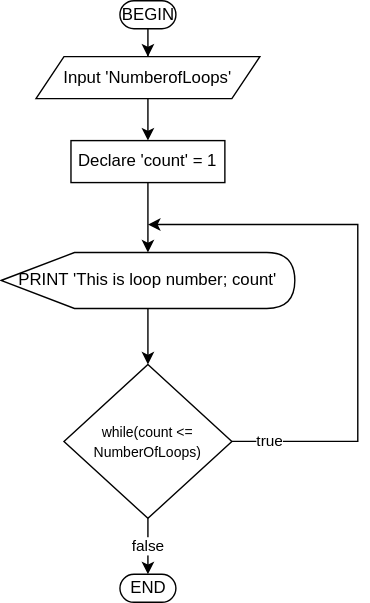
Before: 5posttest/drawio/diagram2.drawio.svg, a diagram exported from draw.io (amydevs/php-assignments). Source tidied: cells renumbered, new cells last; positions are measured from the earlier drawing's top-left corner, leaving out a move shared by most shapes.
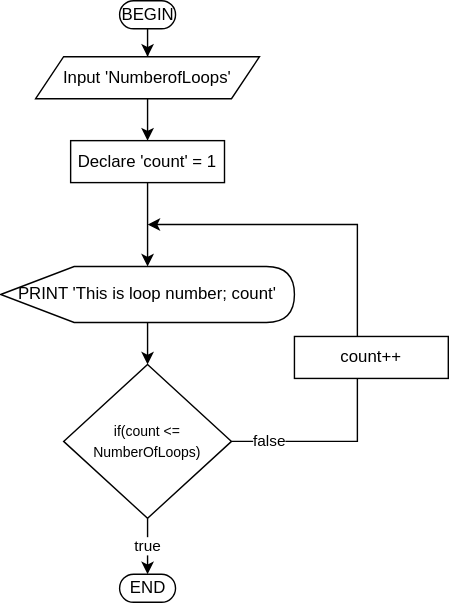
After the change.

The edit, as a diff of the source:
```diff
@@ -8,10 +8,10 @@
     <mxCell id="3" value="BEGIN" style="html=1;dashed=0;whitespace=wrap;shape=mxgraph.dfd.start;" parent="1" vertex="1">
       <mxGeometry x="85" width="40" height="20" as="geometry" />
     </mxCell>
-    <mxCell id="4" value="false" style="edgeStyle=orthogonalEdgeStyle;rounded=0;jettySize=auto;html=1;exitX=0.5;exitY=1;exitDx=0;exitDy=0;entryX=0.5;entryY=0.5;entryDx=0;entryDy=-10;entryPerimeter=0;" parent="1" edge="1" source="6" target="7">
+    <mxCell id="4" value="true" style="edgeStyle=orthogonalEdgeStyle;rounded=0;jettySize=auto;html=1;exitX=0.5;exitY=1;exitDx=0;exitDy=0;entryX=0.5;entryY=0.5;entryDx=0;entryDy=-10;entryPerimeter=0;" parent="1" edge="1" source="6" target="7">
       <mxGeometry relative="1" as="geometry" />
     </mxCell>
-    <mxCell id="5" value="true" style="edgeStyle=orthogonalEdgeStyle;rounded=0;jettySize=auto;html=1;exitX=1;exitY=0.5;exitDx=0;exitDy=0;" parent="1" edge="1" source="6">
+    <mxCell id="5" value="false" style="edgeStyle=orthogonalEdgeStyle;rounded=0;jettySize=auto;html=1;exitX=1;exitY=0.5;exitDx=0;exitDy=0;" parent="1" edge="1" source="6">
       <mxGeometry x="-0.86" relative="1" as="geometry">
         <mxPoint x="105" y="160" as="targetPoint" />
         <Array as="points">
@@ -21,7 +21,7 @@
         </Array>
       </mxGeometry>
     </mxCell>
-    <mxCell id="6" value="&lt;font style=&quot;font-size: 10px&quot;&gt;while(count &amp;lt;= NumberOfLoops)&lt;/font&gt;" style="rhombus;whiteSpace=wrap;html=1;" parent="1" vertex="1">
+    <mxCell id="6" value="&lt;font style=&quot;font-size: 10px&quot;&gt;if(count &amp;lt;= NumberOfLoops)&lt;/font&gt;" style="rhombus;whiteSpace=wrap;html=1;" parent="1" vertex="1">
       <mxGeometry x="45" y="260" width="120" height="110" as="geometry" />
     </mxCell>
     <mxCell id="7" value="END" style="html=1;dashed=0;whitespace=wrap;shape=mxgraph.dfd.start;" parent="1" vertex="1">
@@ -37,7 +37,7 @@
       <mxGeometry relative="1" as="geometry" />
     </mxCell>
     <mxCell id="11" value="PRINT 'This is loop number; count'" style="shape=display;whiteSpace=wrap;html=1;" parent="1" vertex="1">
-      <mxGeometry y="180" width="210" height="40" as="geometry" />
+      <mxGeometry y="190" width="210" height="40" as="geometry" />
     </mxCell>
     <mxCell id="12" style="edgeStyle=orthogonalEdgeStyle;rounded=0;jettySize=auto;html=1;exitX=0.5;exitY=1;exitDx=0;exitDy=0;entryX=0.5;entryY=0;entryDx=0;entryDy=0;" parent="1" edge="1" source="13" target="9">
       <mxGeometry relative="1" as="geometry" />
@@ -45,5 +45,8 @@
     <mxCell id="13" value="Input 'NumberofLoops'" style="shape=parallelogram;perimeter=parallelogramPerimeter;whiteSpace=wrap;html=1;fixedSize=1;" parent="1" vertex="1">
       <mxGeometry x="25" y="40" width="160" height="30" as="geometry" />
     </mxCell>
+    <mxCell id="14" value="count++" style="rounded=0;whiteSpace=wrap;html=1;" parent="1" vertex="1">
+      <mxGeometry x="210" y="240" width="110" height="30" as="geometry" />
+    </mxCell>
   </root>
 </mxGraphModel>
```
